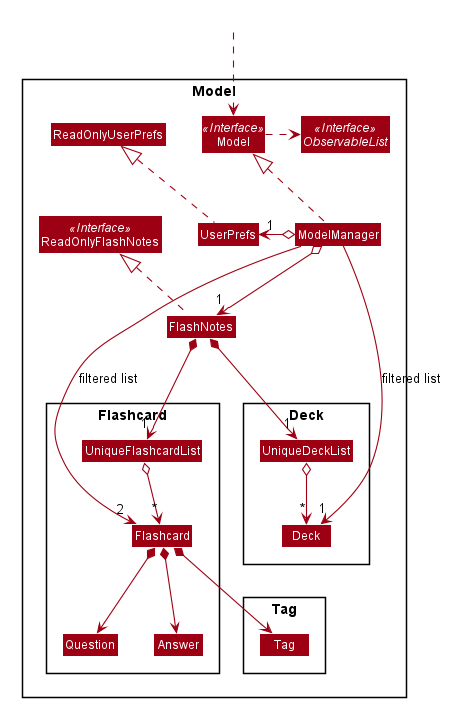
Earlier version of the PlantUML export docs/images/ModelClassDiagram.png (rachel170/tp).
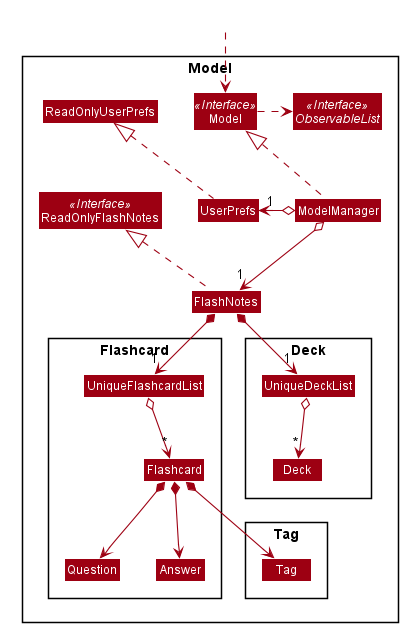
The same file after the commit.

Diff of the diagram source:
```diff
@@ -99,9 +99,5 @@
 FlashNotes *--> "1" UniqueDeckList
 UniqueDeckList o--> "*" Deck
 
-
-ModelManager -->"2" Flashcard : filtered list
-ModelManager -->"1" Deck : filtered list
-
 Deck -right[hidden]- Flashcard
 @enduml
```
